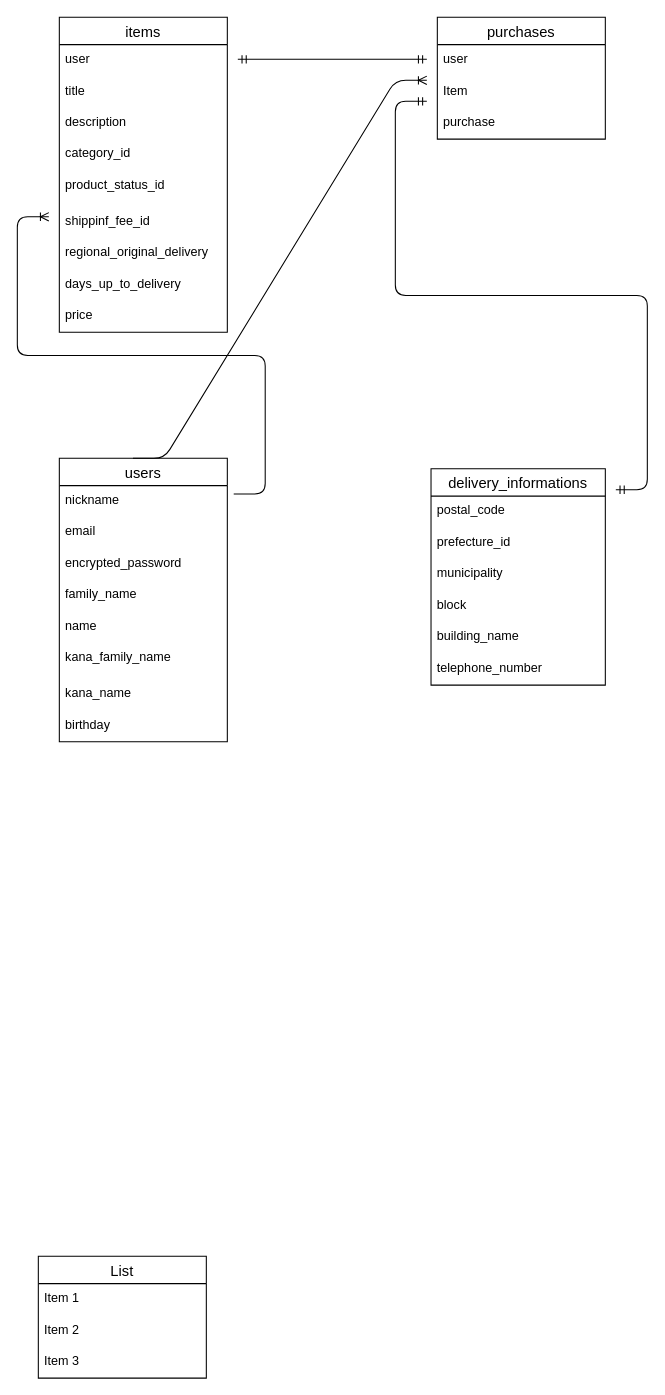
The draw.io diagram FURIMA.dio in rita-yuki/furima-41355, before the edit. Source tidied: cells renumbered, new cells numbered last; positions are measured from the earlier drawing's top-left corner, leaving out a move shared by most shapes. Both pictures are drawn from the tidied source at 105%, with x=0, y=0 at pixel (38, 17).
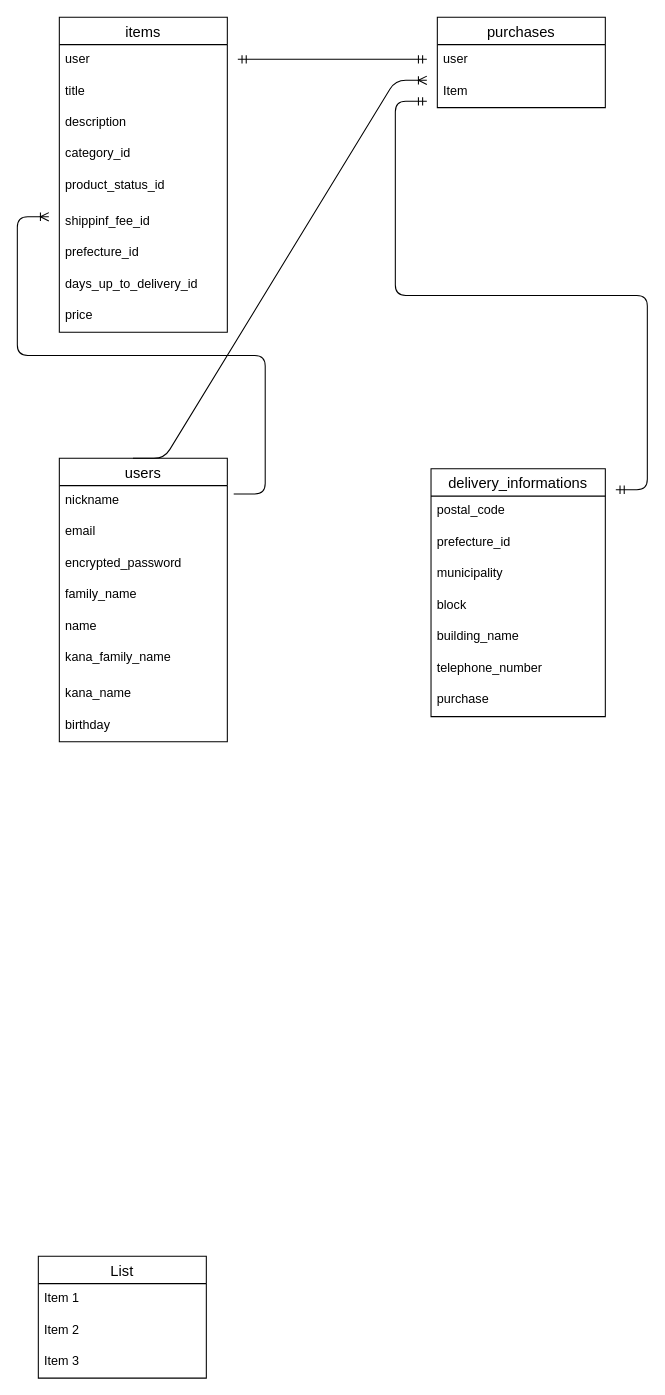
The same page after the edit.

Commit message (it also covers changes not shown here):
カラム修正②

The change refers to these unchanged cells:
```xml
<mxCell id="11" value="items" style="swimlane;fontStyle=0;horizontal=1;startSize=26;align=center;fontSize=14;" parent="1" vertex="1">
  <mxGeometry x="20" width="160" height="300" as="geometry" />
</mxCell>
```

Diff of the diagram source:
```diff
@@
-    <mxCell id="18" value="regional_original_delivery" style="text;strokeColor=none;fillColor=none;spacingLeft=4;spacingRight=4;overflow=hidden;fontSize=12;" parent="11" vertex="1">
+    <mxCell id="18" value="prefecture_id" style="text;strokeColor=none;fillColor=none;spacingLeft=4;spacingRight=4;overflow=hidden;fontSize=12;" parent="11" vertex="1">
       <mxGeometry y="210" width="160" height="30" as="geometry" />
     </mxCell>
-    <mxCell id="19" value="days_up_to_delivery" style="text;strokeColor=none;fillColor=none;spacingLeft=4;spacingRight=4;overflow=hidden;fontSize=12;" parent="11" vertex="1">
+    <mxCell id="19" value="days_up_to_delivery_id" style="text;strokeColor=none;fillColor=none;spacingLeft=4;spacingRight=4;overflow=hidden;fontSize=12;" parent="11" vertex="1">
       <mxGeometry y="240" width="160" height="30" as="geometry" />
     </mxCell>
@@
     <mxCell id="21" value="purchases" style="swimlane;fontStyle=0;horizontal=1;startSize=26;align=center;fontSize=14;" parent="1" vertex="1">
-      <mxGeometry x="380" width="160" height="116" as="geometry" />
+      <mxGeometry x="380" width="160" height="86" as="geometry" />
     </mxCell>
@@
-    <mxCell id="24" value="purchase" style="text;strokeColor=none;fillColor=none;spacingLeft=4;spacingRight=4;overflow=hidden;fontSize=12;" parent="21" vertex="1">
-      <mxGeometry y="86" width="160" height="30" as="geometry" />
-    </mxCell>
@@
     <mxCell id="30" value="delivery_informations" style="swimlane;fontStyle=0;horizontal=1;startSize=26;align=center;fontSize=14;" parent="1" vertex="1">
-      <mxGeometry x="374" y="430" width="166" height="206" as="geometry" />
+      <mxGeometry x="374" y="430" width="166" height="236" as="geometry" />
     </mxCell>
@@
+    <mxCell id="24" value="purchase" style="text;strokeColor=none;fillColor=none;spacingLeft=4;spacingRight=4;overflow=hidden;fontSize=12;" parent="30" vertex="1">
+      <mxGeometry y="206" width="166" height="30" as="geometry" />
+    </mxCell>
```
